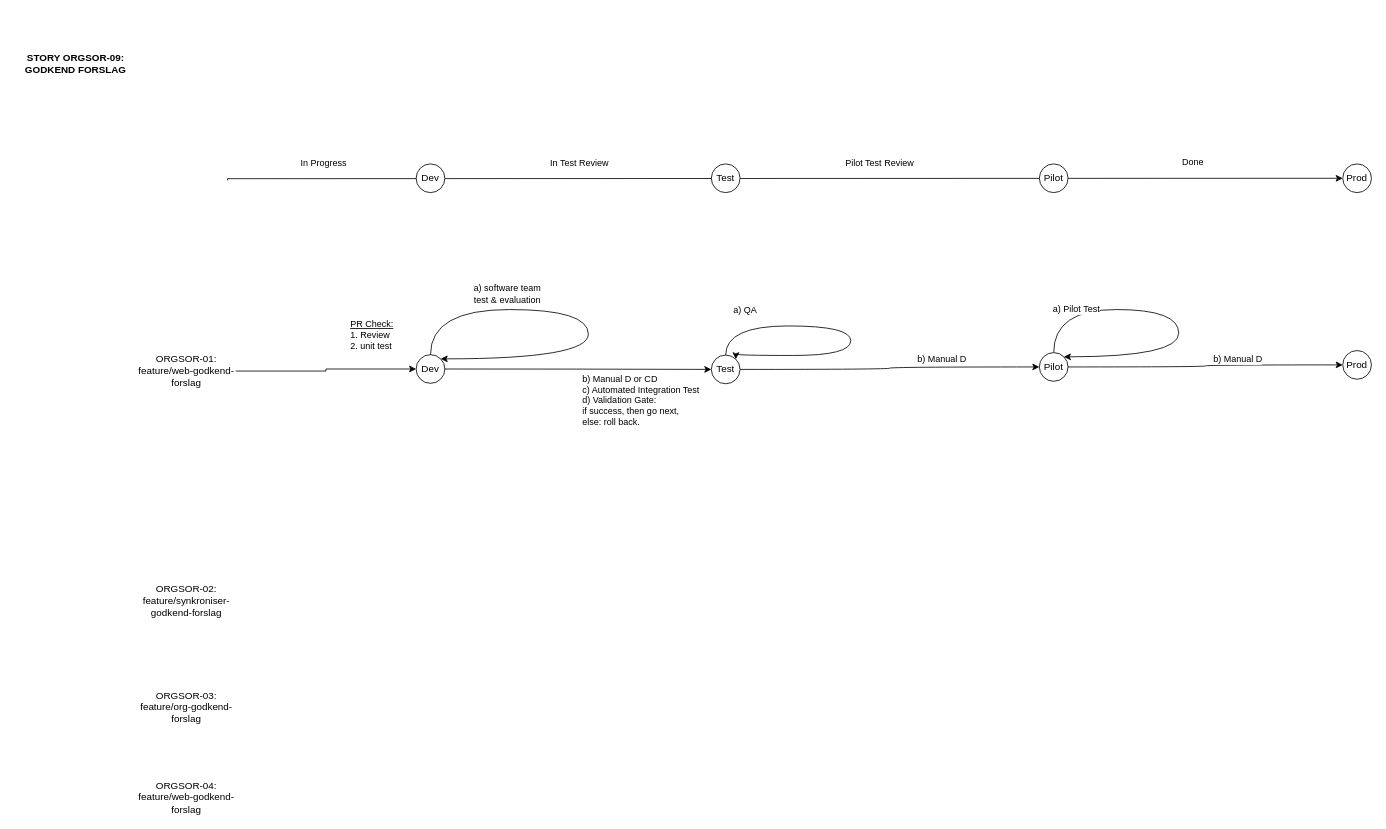
Above: CI/CD PIPELINE WITH AGILE PROCESS FLOW.drawio in mcinarCAP/notes-org-sor-integration (draw.io), before the change. Source tidied: cells renumbered, new cells numbered last; positions are measured from the earlier drawing's top-left corner, leaving out a move shared by most shapes. Both pictures are drawn from the tidied source at 82%, with x=0, y=0 at pixel (14, 14).
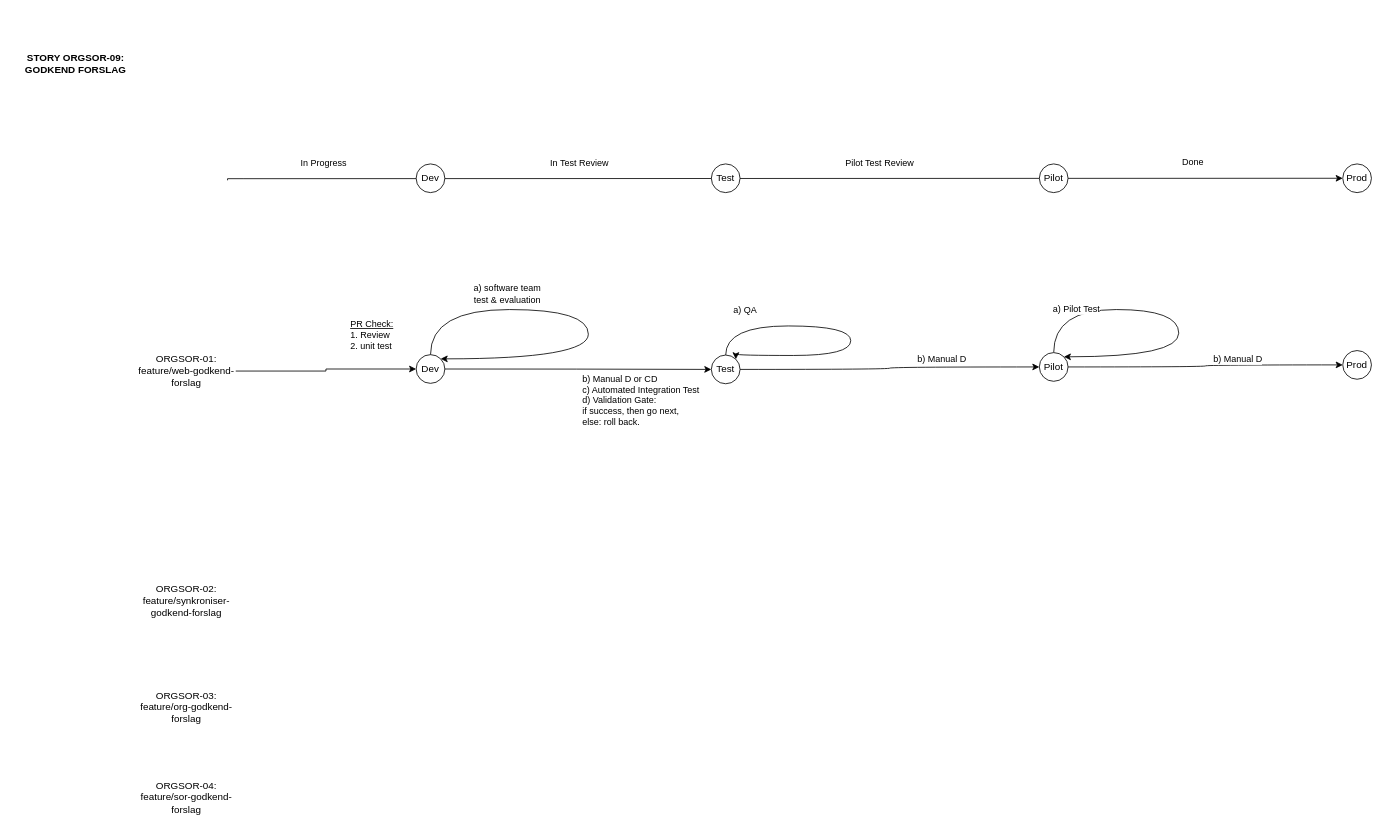
After the change.

Change to the diagram source:
```diff
@@
-    <mxCell id="8" value="ORGSOR-04: feature/web-godkend-forslag" style="text;html=1;strokeColor=none;fillColor=none;align=center;verticalAlign=middle;whiteSpace=wrap;rounded=0;" parent="1" vertex="1">
+    <mxCell id="8" value="ORGSOR-04: feature/sor-godkend-forslag" style="text;html=1;strokeColor=none;fillColor=none;align=center;verticalAlign=middle;whiteSpace=wrap;rounded=0;" parent="1" vertex="1">
       <mxGeometry x="150" y="940" width="120" height="30" as="geometry" />
     </mxCell>
```
